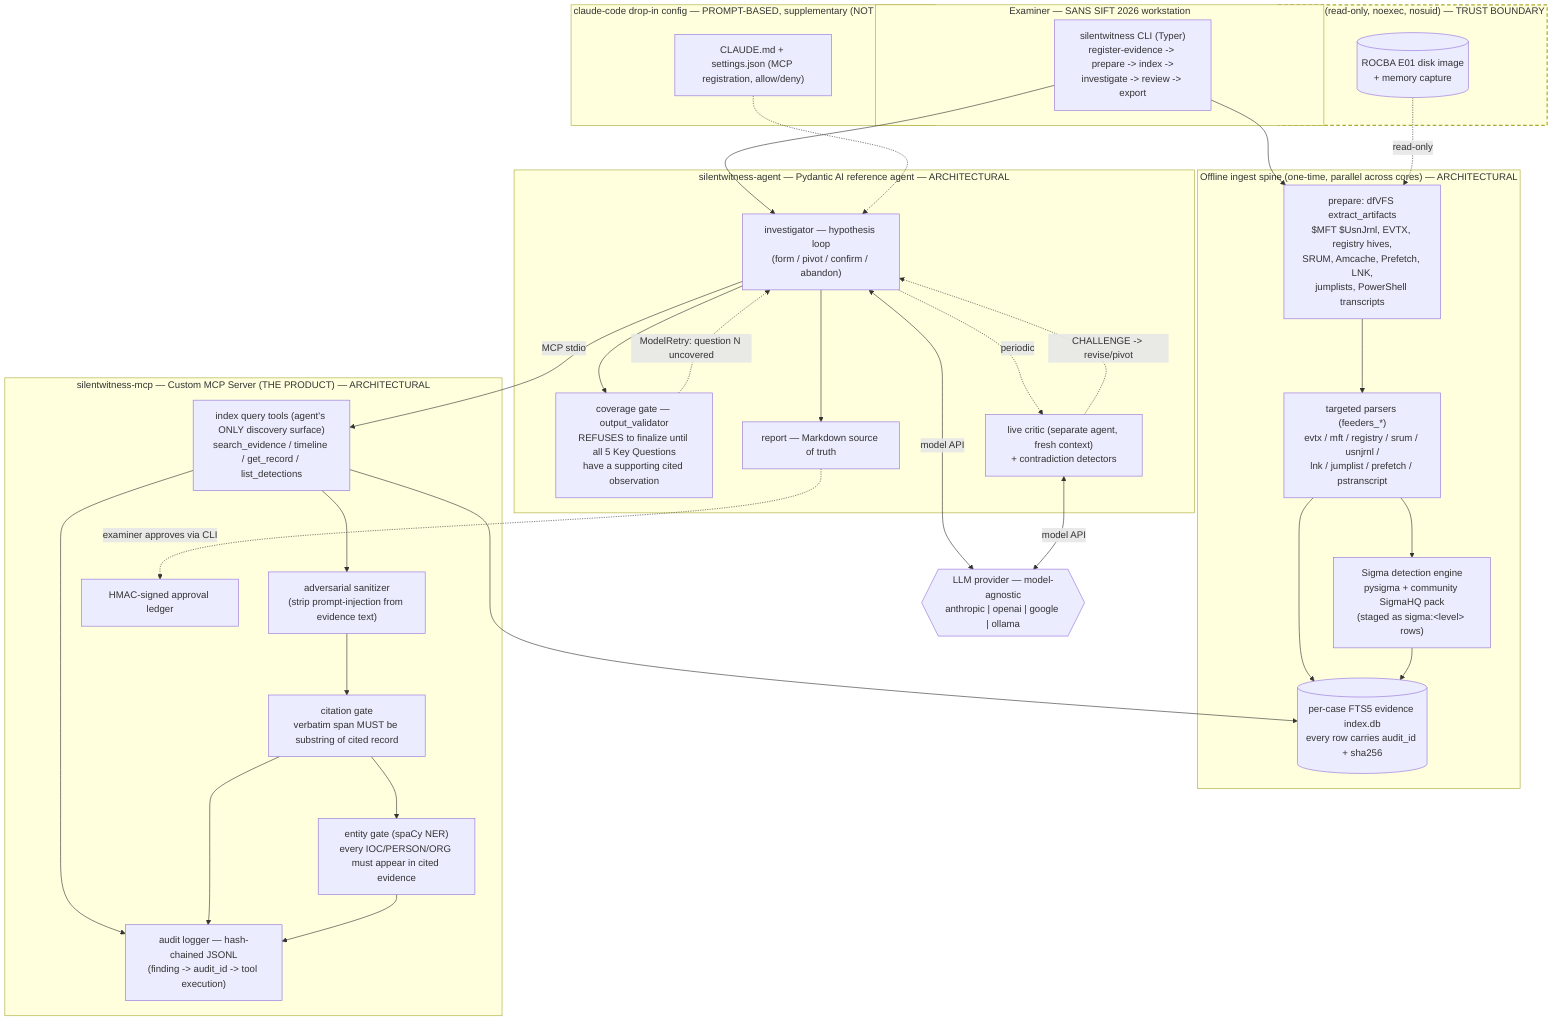
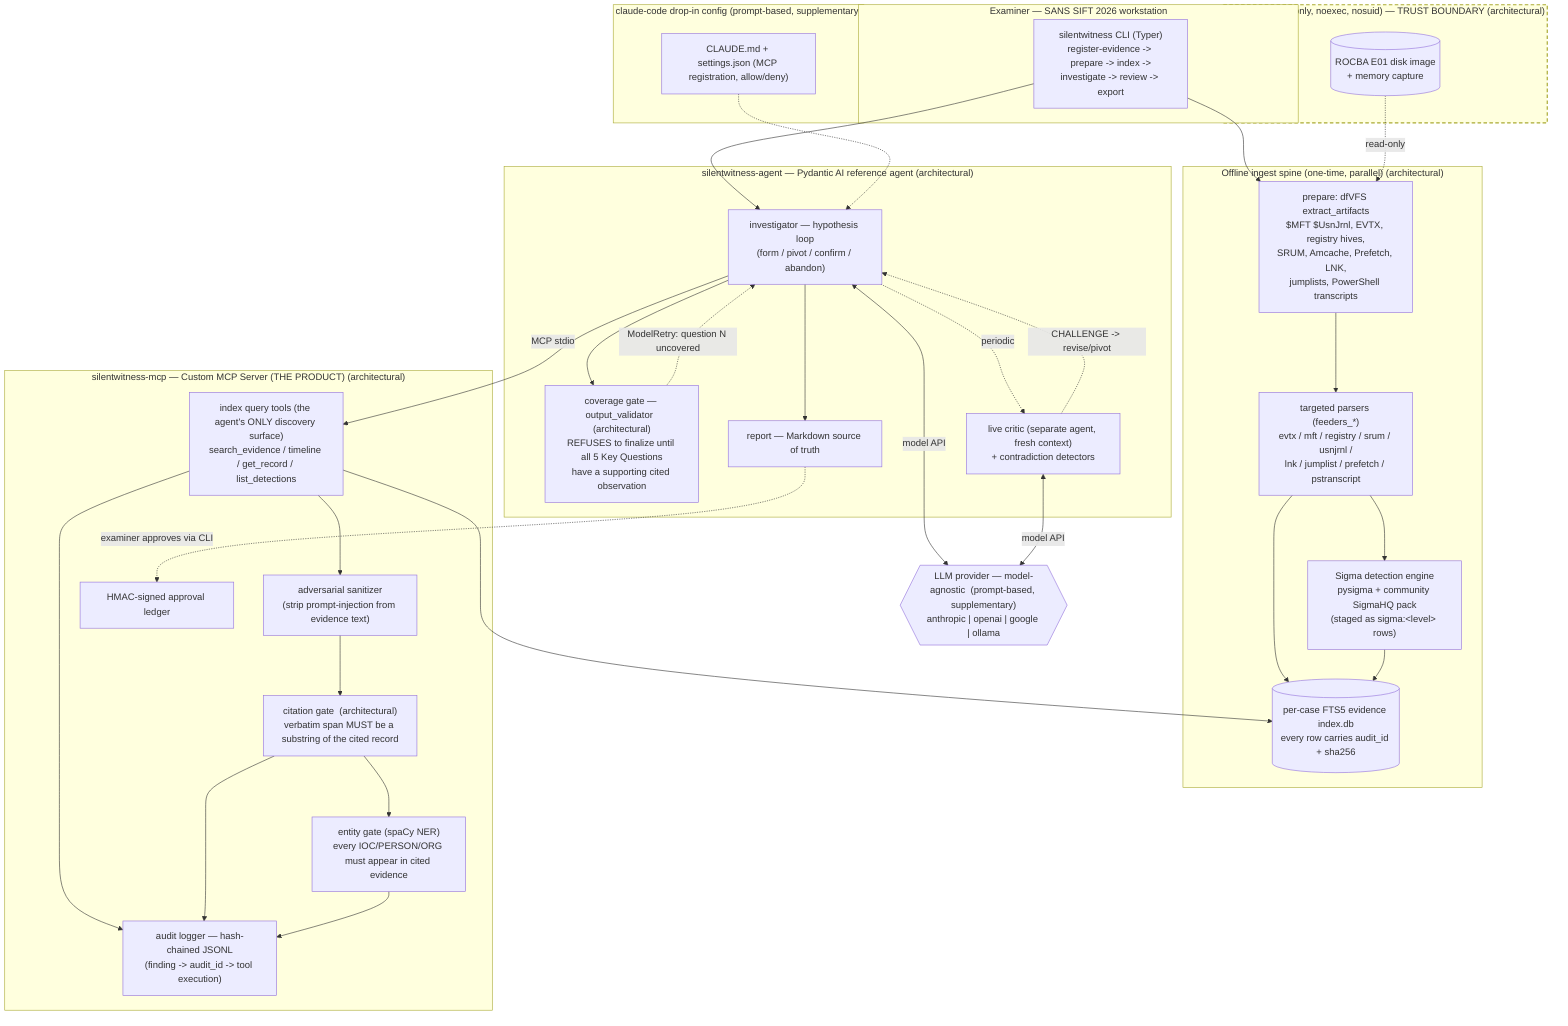
- %% SilentWitness — architecture (Custom MCP Server pattern).
- %% Dashed = prompt-based / supplementary. Solid = architectural (enforced in code).
+ %% SilentWitness architecture (Custom MCP Server pattern).
+ %% (architectural) = enforced in code. (prompt-based ...) = supplementary, not load-bearing.
flowchart TB
    subgraph examiner["Examiner — SANS SIFT 2026 workstation"]
        cli["silentwitness CLI (Typer)<br/>register-evidence -> prepare -> index -><br/>investigate -> review -> export"]
    end

-     subgraph evidence["/evidence  (read-only, noexec, nosuid)  — TRUST BOUNDARY"]
+     subgraph evidence["/evidence  (read-only, noexec, nosuid)  — TRUST BOUNDARY  (architectural)"]
        e01[("ROCBA E01 disk image<br/>+ memory capture")]
    end

-     subgraph ingest["Offline ingest spine (one-time, parallel across cores) — ARCHITECTURAL"]
+     subgraph ingest["Offline ingest spine (one-time, parallel)  (architectural)"]
        prepare["prepare: dfVFS extract_artifacts<br/>$MFT $UsnJrnl, EVTX, registry hives,<br/>SRUM, Amcache, Prefetch, LNK,<br/>jumplists, PowerShell transcripts"]
        feeders["targeted parsers (feeders_*)<br/>evtx / mft / registry / srum / usnjrnl /<br/>lnk / jumplist / prefetch / pstranscript"]
        sigma["Sigma detection engine<br/>pysigma + community SigmaHQ pack<br/>(staged as sigma:&lt;level&gt; rows)"]
        idx[("per-case FTS5 evidence index.db<br/>every row carries audit_id + sha256")]
    end

-     subgraph mcp["silentwitness-mcp — Custom MCP Server (THE PRODUCT) — ARCHITECTURAL"]
-         query["index query tools (agent's ONLY discovery surface)<br/>search_evidence / timeline / get_record / list_detections"]
+     subgraph mcp["silentwitness-mcp — Custom MCP Server (THE PRODUCT)  (architectural)"]
+         query["index query tools (the agent's ONLY discovery surface)<br/>search_evidence / timeline / get_record / list_detections"]
        sanit["adversarial sanitizer<br/>(strip prompt-injection from evidence text)"]
-         cit["citation gate<br/>verbatim span MUST be substring of cited record"]
+         cit["citation gate  (architectural)<br/>verbatim span MUST be a substring of the cited record"]
        ent["entity gate (spaCy NER)<br/>every IOC/PERSON/ORG must appear in cited evidence"]
        audit["audit logger — hash-chained JSONL<br/>(finding -> audit_id -> tool execution)"]
        hmac["HMAC-signed approval ledger"]
    end

-     subgraph agent["silentwitness-agent — Pydantic AI reference agent — ARCHITECTURAL"]
+     subgraph agent["silentwitness-agent — Pydantic AI reference agent  (architectural)"]
        inv["investigator — hypothesis loop<br/>(form / pivot / confirm / abandon)"]
-         cov["coverage gate — output_validator<br/>REFUSES to finalize until all 5 Key Questions<br/>have a supporting cited observation"]
+         cov["coverage gate — output_validator  (architectural)<br/>REFUSES to finalize until all 5 Key Questions<br/>have a supporting cited observation"]
        critic["live critic (separate agent, fresh context)<br/>+ contradiction detectors"]
        report["report — Markdown source of truth"]
    end

-     subgraph cccfg["claude-code drop-in config — PROMPT-BASED, supplementary (NOT load-bearing)"]
+     subgraph cccfg["claude-code drop-in config  (prompt-based, supplementary)"]
        ccmd["CLAUDE.md + settings.json (MCP registration, allow/deny)"]
    end

-     llm{{"LLM provider — model-agnostic<br/>anthropic | openai | google | ollama"}}
+     llm{{"LLM provider — model-agnostic  (prompt-based, supplementary)<br/>anthropic | openai | google | ollama"}}

    cli --> prepare
    e01 -. read-only .-> prepare
    prepare --> feeders --> idx
    feeders --> sigma --> idx
    cli --> inv
    inv -- MCP stdio --> query
    query --> idx
    query --> sanit --> cit
    cit --> ent
    inv --> cov
    cov -. "ModelRetry: question N uncovered" .-> inv
    inv -. periodic .-> critic
    critic -. "CHALLENGE -> revise/pivot" .-> inv
    inv --> report
    inv <-- model API --> llm
    critic <-- model API --> llm
    ccmd -.-> inv
    query --> audit
    cit --> audit
    ent --> audit
    report -. "examiner approves via CLI" .-> hmac

    classDef boundary stroke-dasharray:6 4,stroke-width:2px;
    class evidence boundary;
